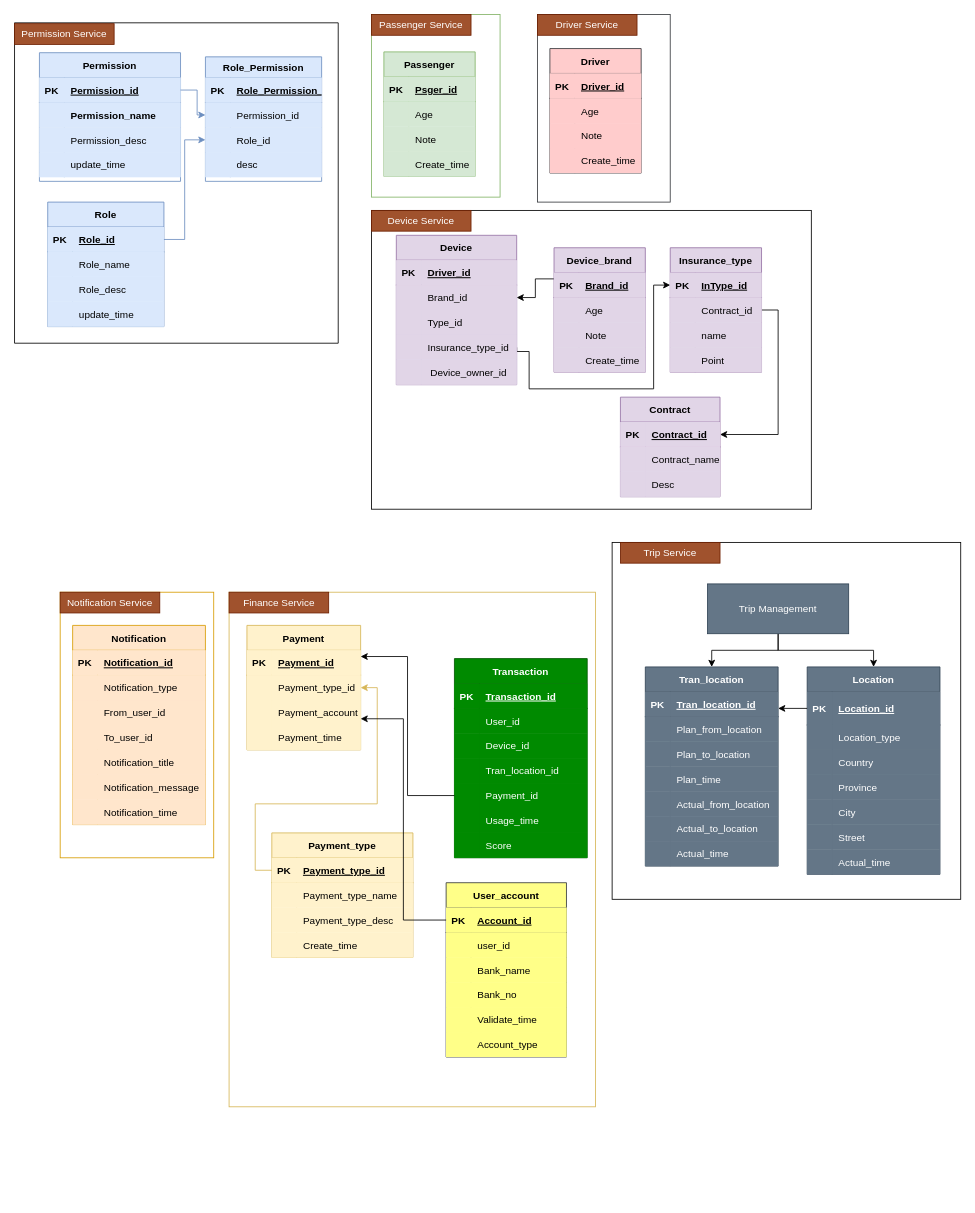
Before: page "Data Model" (3 of 4) of DD_Logical_Arch_overview.drawio in JackZhao2517/drawio_folder, a draw.io diagram. Source tidied: cells renumbered, new cells numbered last; positions are measured from the earlier drawing's top-left corner, leaving out a move shared by most shapes. Both pictures are drawn from the tidied source at 83%, with x=0, y=0 at pixel (14, 14).
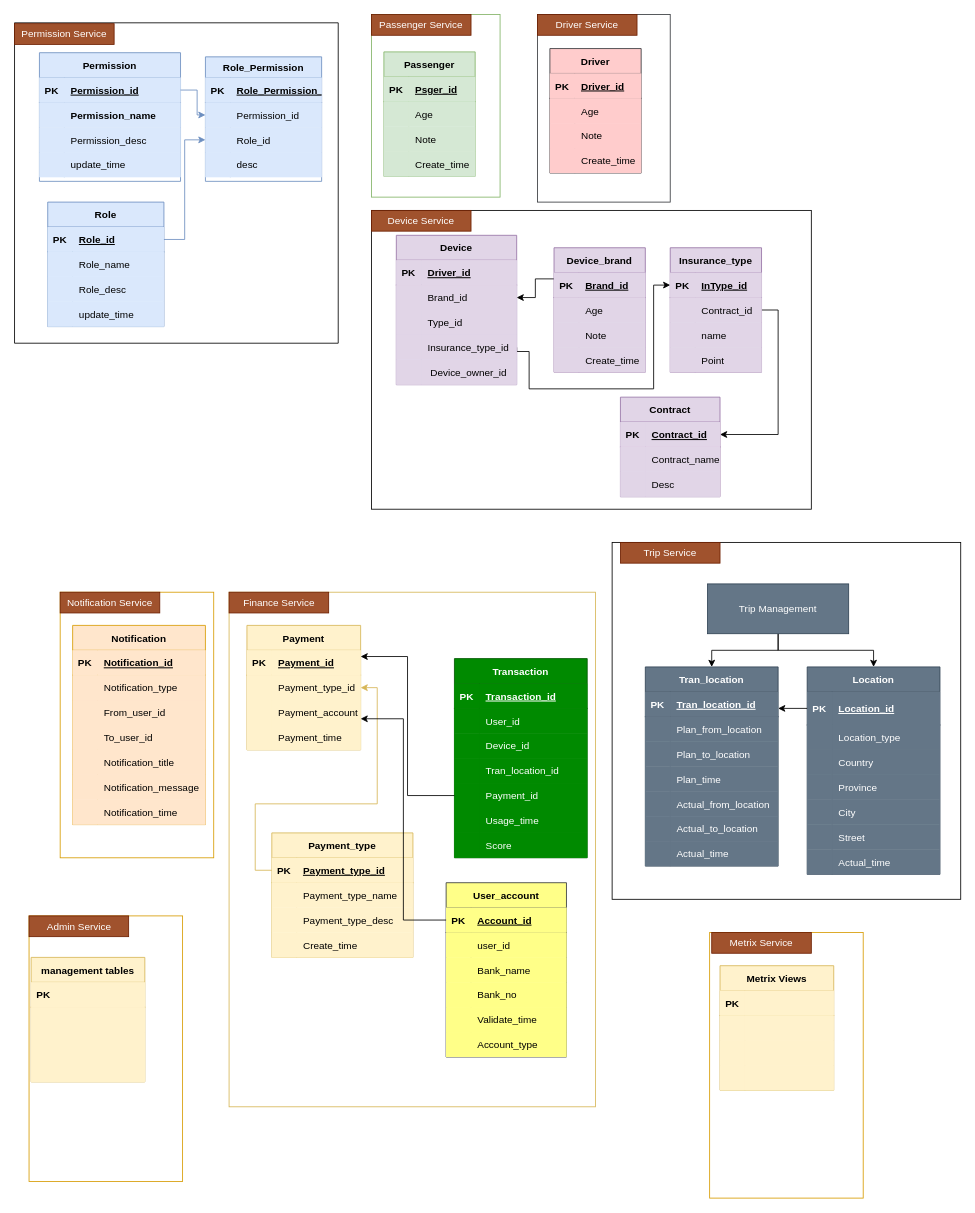
After the change.

What changed in the source:
```diff
@@
+    <mxCell id="278" style="rounded=0;whiteSpace=wrap;html=1;strokeColor=#d79b00;fillColor=none;" parent="1" vertex="1">
+      <mxGeometry x="17.5" y="1086" width="185" height="320" as="geometry" />
+    </mxCell>
+    <mxCell id="279" value="Admin Service" style="text;html=1;strokeColor=#6D1F00;fillColor=#a0522d;align=center;verticalAlign=middle;whiteSpace=wrap;rounded=0;fontColor=#ffffff;" parent="1" vertex="1">
+      <mxGeometry x="17.5" y="1086" width="120" height="25" as="geometry" />
+    </mxCell>
+    <mxCell id="280" style="rounded=0;whiteSpace=wrap;html=1;strokeColor=#d79b00;fillColor=none;" parent="1" vertex="1">
+      <mxGeometry x="837.5" y="1106" width="185" height="320" as="geometry" />
+    </mxCell>
+    <mxCell id="281" value="Metrix Service" style="text;html=1;strokeColor=#6D1F00;fillColor=#a0522d;align=center;verticalAlign=middle;whiteSpace=wrap;rounded=0;fontColor=#ffffff;" parent="1" vertex="1">
+      <mxGeometry x="840" y="1106" width="120" height="25" as="geometry" />
+    </mxCell>
+    <mxCell id="282" value="Metrix Views" style="shape=table;startSize=30;childLayout=tableLayout;rowLines=0;fontStyle=1;align=center;fillColor=#fff2cc;strokeColor=#d6b656;" parent="1" vertex="1">
+      <mxGeometry x="850" y="1146" width="137" height="150" as="geometry" />
+    </mxCell>
+    <mxCell id="283" style="shape=partialRectangle;fillColor=#fff2cc;top=0;left=0;bottom=1;right=0;strokeColor=#d6b656;" parent="282" vertex="1">
+      <mxGeometry y="30" width="137" height="30" as="geometry" />
+    </mxCell>
+    <mxCell id="284" value="PK" style="shape=partialRectangle;fillColor=#fff2cc;top=0;left=0;bottom=0;right=0;fontStyle=1;overflow=hidden;strokeColor=#d6b656;" parent="283" vertex="1">
+      <mxGeometry width="30" height="30" as="geometry" />
+    </mxCell>
+    <mxCell id="285" style="shape=partialRectangle;fillColor=#fff2cc;top=0;left=0;bottom=0;right=0;align=left;spacingLeft=6;fontStyle=5;overflow=hidden;strokeColor=#d6b656;" parent="283" vertex="1">
+      <mxGeometry x="30" width="107" height="30" as="geometry" />
+    </mxCell>
+    <mxCell id="286" style="shape=partialRectangle;fillColor=#fff2cc;top=0;left=0;bottom=0;right=0;strokeColor=#d6b656;" parent="282" vertex="1">
+      <mxGeometry y="60" width="137" height="30" as="geometry" />
+    </mxCell>
+    <mxCell id="287" style="shape=partialRectangle;fillColor=#fff2cc;top=0;left=0;bottom=0;right=0;overflow=hidden;strokeColor=#d6b656;" parent="286" vertex="1">
+      <mxGeometry width="30" height="30" as="geometry" />
+    </mxCell>
+    <mxCell id="288" style="shape=partialRectangle;fillColor=#fff2cc;top=0;left=0;bottom=0;right=0;align=left;spacingLeft=6;overflow=hidden;strokeColor=#d6b656;" parent="286" vertex="1">
+      <mxGeometry x="30" width="107" height="30" as="geometry" />
+    </mxCell>
+    <mxCell id="289" style="shape=partialRectangle;fillColor=#fff2cc;top=0;left=0;bottom=0;right=0;strokeColor=#d6b656;" parent="282" vertex="1">
+      <mxGeometry y="90" width="137" height="30" as="geometry" />
+    </mxCell>
+    <mxCell id="290" style="shape=partialRectangle;fillColor=#fff2cc;top=0;left=0;bottom=0;right=0;overflow=hidden;strokeColor=#d6b656;" parent="289" vertex="1">
+      <mxGeometry width="30" height="30" as="geometry" />
+    </mxCell>
+    <mxCell id="291" style="shape=partialRectangle;fillColor=#fff2cc;top=0;left=0;bottom=0;right=0;align=left;spacingLeft=6;overflow=hidden;strokeColor=#d6b656;" parent="289" vertex="1">
+      <mxGeometry x="30" width="107" height="30" as="geometry" />
+    </mxCell>
+    <mxCell id="292" style="shape=partialRectangle;fillColor=#fff2cc;top=0;left=0;bottom=0;right=0;strokeColor=#d6b656;" parent="282" vertex="1">
+      <mxGeometry y="120" width="137" height="30" as="geometry" />
+    </mxCell>
+    <mxCell id="293" style="shape=partialRectangle;fillColor=#fff2cc;top=0;left=0;bottom=0;right=0;overflow=hidden;strokeColor=#d6b656;" parent="292" vertex="1">
+      <mxGeometry width="30" height="30" as="geometry" />
+    </mxCell>
+    <mxCell id="294" style="shape=partialRectangle;fillColor=#fff2cc;top=0;left=0;bottom=0;right=0;align=left;spacingLeft=6;overflow=hidden;strokeColor=#d6b656;" parent="292" vertex="1">
+      <mxGeometry x="30" width="107" height="30" as="geometry" />
+    </mxCell>
+    <mxCell id="295" value="management tables" style="shape=table;startSize=30;childLayout=tableLayout;rowLines=0;fontStyle=1;align=center;fillColor=#fff2cc;strokeColor=#d6b656;" parent="1" vertex="1">
+      <mxGeometry x="20" y="1136" width="137" height="150" as="geometry" />
+    </mxCell>
+    <mxCell id="296" style="shape=partialRectangle;fillColor=#fff2cc;top=0;left=0;bottom=1;right=0;strokeColor=#d6b656;" parent="295" vertex="1">
+      <mxGeometry y="30" width="137" height="30" as="geometry" />
+    </mxCell>
+    <mxCell id="297" value="PK" style="shape=partialRectangle;fillColor=#fff2cc;top=0;left=0;bottom=0;right=0;fontStyle=1;overflow=hidden;strokeColor=#d6b656;" parent="296" vertex="1">
+      <mxGeometry width="30" height="30" as="geometry" />
+    </mxCell>
+    <mxCell id="298" style="shape=partialRectangle;fillColor=#fff2cc;top=0;left=0;bottom=0;right=0;align=left;spacingLeft=6;fontStyle=5;overflow=hidden;strokeColor=#d6b656;" parent="296" vertex="1">
+      <mxGeometry x="30" width="107" height="30" as="geometry" />
+    </mxCell>
+    <mxCell id="299" style="shape=partialRectangle;fillColor=#fff2cc;top=0;left=0;bottom=0;right=0;strokeColor=#d6b656;" parent="295" vertex="1">
+      <mxGeometry y="60" width="137" height="30" as="geometry" />
+    </mxCell>
+    <mxCell id="300" style="shape=partialRectangle;fillColor=#fff2cc;top=0;left=0;bottom=0;right=0;overflow=hidden;strokeColor=#d6b656;" parent="299" vertex="1">
+      <mxGeometry width="30" height="30" as="geometry" />
+    </mxCell>
+    <mxCell id="301" style="shape=partialRectangle;fillColor=#fff2cc;top=0;left=0;bottom=0;right=0;align=left;spacingLeft=6;overflow=hidden;strokeColor=#d6b656;" parent="299" vertex="1">
+      <mxGeometry x="30" width="107" height="30" as="geometry" />
+    </mxCell>
+    <mxCell id="302" style="shape=partialRectangle;fillColor=#fff2cc;top=0;left=0;bottom=0;right=0;strokeColor=#d6b656;" parent="295" vertex="1">
+      <mxGeometry y="90" width="137" height="30" as="geometry" />
+    </mxCell>
+    <mxCell id="303" style="shape=partialRectangle;fillColor=#fff2cc;top=0;left=0;bottom=0;right=0;overflow=hidden;strokeColor=#d6b656;" parent="302" vertex="1">
+      <mxGeometry width="30" height="30" as="geometry" />
+    </mxCell>
+    <mxCell id="304" style="shape=partialRectangle;fillColor=#fff2cc;top=0;left=0;bottom=0;right=0;align=left;spacingLeft=6;overflow=hidden;strokeColor=#d6b656;" parent="302" vertex="1">
+      <mxGeometry x="30" width="107" height="30" as="geometry" />
+    </mxCell>
+    <mxCell id="305" style="shape=partialRectangle;fillColor=#fff2cc;top=0;left=0;bottom=0;right=0;strokeColor=#d6b656;" parent="295" vertex="1">
+      <mxGeometry y="120" width="137" height="30" as="geometry" />
+    </mxCell>
+    <mxCell id="306" style="shape=partialRectangle;fillColor=#fff2cc;top=0;left=0;bottom=0;right=0;overflow=hidden;strokeColor=#d6b656;" parent="305" vertex="1">
+      <mxGeometry width="30" height="30" as="geometry" />
+    </mxCell>
+    <mxCell id="307" style="shape=partialRectangle;fillColor=#fff2cc;top=0;left=0;bottom=0;right=0;align=left;spacingLeft=6;overflow=hidden;strokeColor=#d6b656;" parent="305" vertex="1">
+      <mxGeometry x="30" width="107" height="30" as="geometry" />
+    </mxCell>
```
